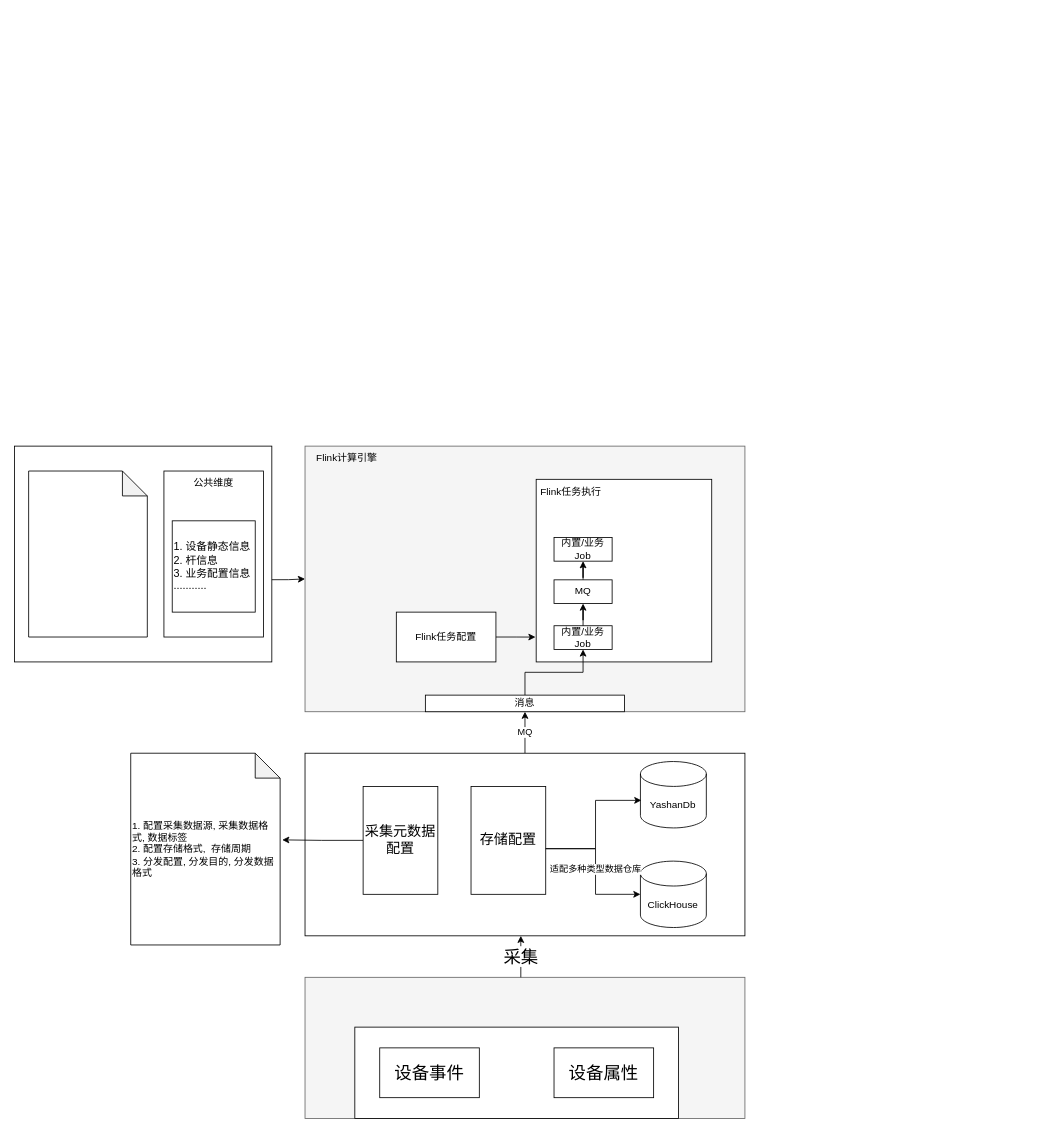
The draw.io diagram docs/java/dataCenter.drawio in chenqi146/blog, before the edit. Source tidied: cells renumbered, new cells numbered last; positions are measured from the earlier drawing's top-left corner, leaving out a move shared by most shapes. Both pictures are drawn from the tidied source at 83%, with x=0, y=0 at pixel (14, 446).
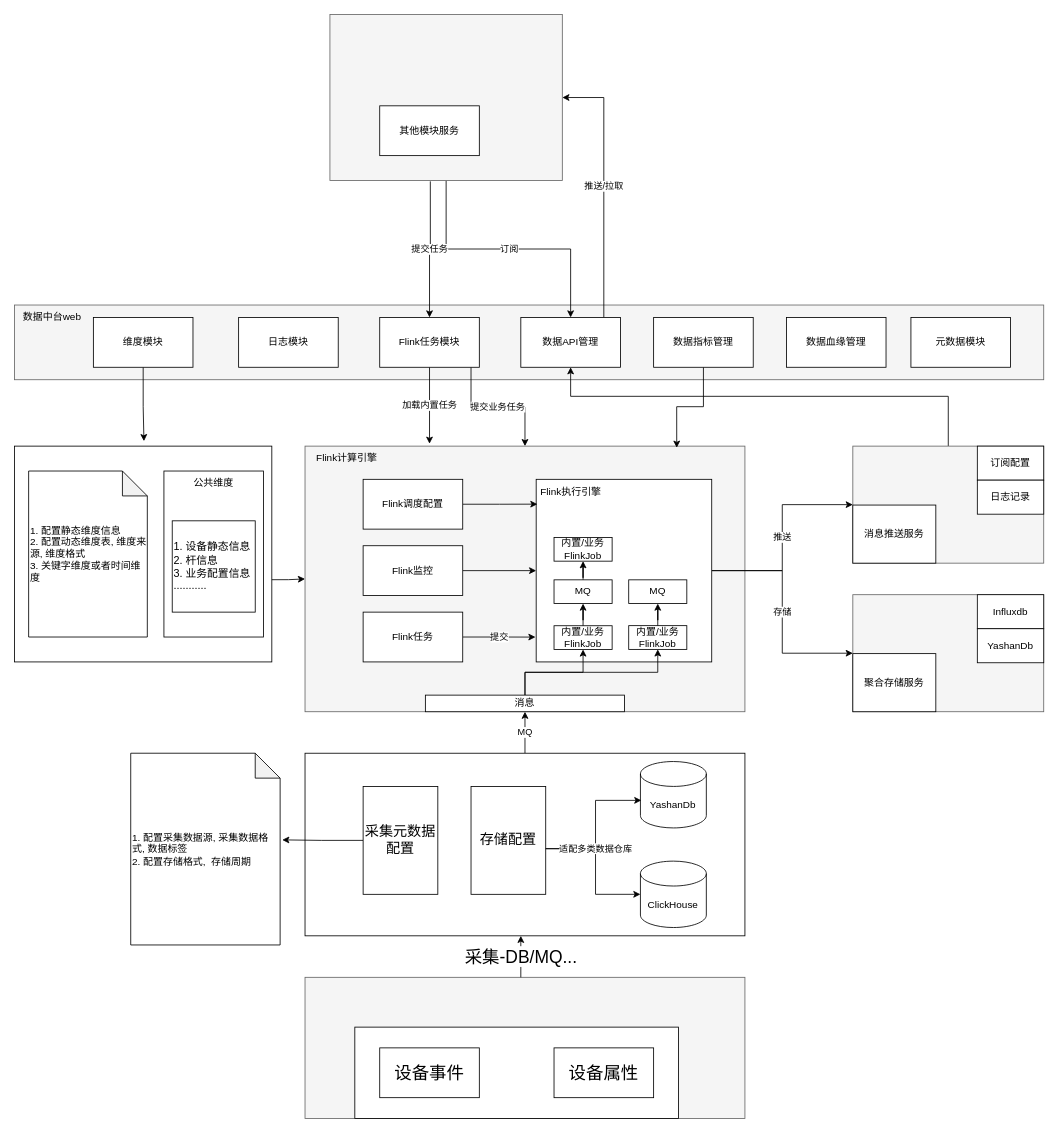
The same page after the edit.

Unchanged cells that the change refers to:
```xml
<mxCell id="2" style="rounded=0;whiteSpace=wrap;html=1;fillColor=#f5f5f5;gradientColor=none;strokeColor=#666666;fontSize=21;" parent="1" vertex="1">
  <mxGeometry x="350" width="530" height="320" as="geometry" />
</mxCell>
<mxCell id="3" style="rounded=0;whiteSpace=wrap;html=1;" parent="1" vertex="1">
  <mxGeometry x="628.5" y="40" width="211.5" height="220" as="geometry" />
</mxCell>
<mxCell id="11" style="rounded=0;whiteSpace=wrap;html=1;align=left;fontSize=14;" parent="1" vertex="1">
  <mxGeometry width="310" height="260" as="geometry" />
</mxCell>
<mxCell id="14" value="存储配置" style="whiteSpace=wrap;html=1;fontSize=17;rounded=0;" parent="1" vertex="1">
  <mxGeometry x="550" y="410" width="90" height="130" as="geometry" />
</mxCell>
<mxCell id="17" value="ClickHouse" style="shape=cylinder3;whiteSpace=wrap;html=1;boundedLbl=1;backgroundOutline=1;size=15;" parent="1" vertex="1">
  <mxGeometry x="754.1" y="500" width="79.4" height="80" as="geometry" />
</mxCell>
<mxCell id="26" value="消息" style="rounded=0;whiteSpace=wrap;html=1;" parent="1" vertex="1">
  <mxGeometry x="495" y="300" width="240" height="20" as="geometry" />
</mxCell>
<mxCell id="28" style="group;" parent="1" vertex="1">
  <mxGeometry x="650" y="110" width="70" height="135" as="geometry" />
</mxCell>
```

Change to the diagram source:
```diff
@@
+    <mxCell id="36" style="rounded=0;whiteSpace=wrap;html=1;fillColor=#f5f5f5;fontColor=#333333;strokeColor=#666666;" parent="1" vertex="1">
+      <mxGeometry y="-170" width="1240" height="90" as="geometry" />
+    </mxCell>
+    <mxCell id="37" value="订阅" style="edgeStyle=orthogonalEdgeStyle;rounded=0;jettySize=auto;html=1;entryX=0.5;entryY=0;entryDx=0;entryDy=0;" parent="1" edge="1" source="38" target="72">
+      <mxGeometry relative="1" as="geometry" />
+    </mxCell>
+    <mxCell id="38" style="rounded=0;whiteSpace=wrap;html=1;fillColor=#f5f5f5;fontColor=#333333;strokeColor=#666666;" parent="1" vertex="1">
+      <mxGeometry x="380" y="-520" width="280" height="200" as="geometry" />
+    </mxCell>
+    <mxCell id="39" style="edgeStyle=orthogonalEdgeStyle;rounded=0;jettySize=auto;html=1;" parent="1" edge="1" source="40" target="72">
+      <mxGeometry relative="1" as="geometry">
+        <Array as="points">
+          <mxPoint x="1125" y="-60" />
+          <mxPoint x="670" y="-60" />
+        </Array>
+      </mxGeometry>
+    </mxCell>
+    <mxCell id="40" style="rounded=0;whiteSpace=wrap;html=1;fillColor=#f5f5f5;fontColor=#333333;strokeColor=#666666;" parent="1" vertex="1">
+      <mxGeometry x="1010" width="230" height="141" as="geometry" />
+    </mxCell>
+    <mxCell id="41" style="rounded=0;whiteSpace=wrap;html=1;fillColor=#f5f5f5;fontColor=#333333;strokeColor=#666666;" parent="1" vertex="1">
+      <mxGeometry x="1010" y="179" width="230" height="141" as="geometry" />
+    </mxCell>
@@
+    <mxCell id="42" value="推送" style="edgeStyle=orthogonalEdgeStyle;rounded=0;jettySize=auto;html=1;" parent="1" edge="1" source="3" target="40">
+      <mxGeometry relative="1" as="geometry" />
+    </mxCell>
+    <mxCell id="43" value="存储" style="edgeStyle=orthogonalEdgeStyle;rounded=0;jettySize=auto;html=1;entryX=0;entryY=0.5;entryDx=0;entryDy=0;" parent="1" edge="1" source="3" target="41">
+      <mxGeometry relative="1" as="geometry" />
+    </mxCell>
@@
-    <mxCell id="5" value="采集" style="edgeStyle=orthogonalEdgeStyle;rounded=0;orthogonalLoop=1;jettySize=auto;html=1;entryX=0.5;entryY=1;entryDx=0;entryDy=0;fontSize=21;" parent="1" edge="1">
+    <mxCell id="5" value="采集-DB/MQ..." style="edgeStyle=orthogonalEdgeStyle;rounded=0;orthogonalLoop=1;jettySize=auto;html=1;entryX=0.5;entryY=1;entryDx=0;entryDy=0;fontSize=21;" parent="1" edge="1">
       <mxGeometry relative="1" as="geometry">
         <mxPoint x="610" y="640" as="sourcePoint" />
         <mxPoint x="610" y="590" as="targetPoint" />
       </mxGeometry>
     </mxCell>
@@
-    <mxCell id="18" value="适配多种类型数据仓库" style="edgeStyle=orthogonalEdgeStyle;rounded=0;jettySize=auto;html=1;entryX=0;entryY=0.5;entryDx=0;entryDy=0;entryPerimeter=0;" parent="1" edge="1" source="14" target="17">
-      <mxGeometry relative="1" as="geometry">
+    <mxCell id="18" value="适配多类数据仓库" style="edgeStyle=orthogonalEdgeStyle;rounded=0;jettySize=auto;html=1;entryX=0;entryY=0.5;entryDx=0;entryDy=0;entryPerimeter=0;" parent="1" edge="1" source="14" target="17">
+      <mxGeometry x="-0.29" relative="1" as="geometry">
         <Array as="points">
           <mxPoint x="700" y="485" />
           <mxPoint x="700" y="540" />
         </Array>
       </mxGeometry>
     </mxCell>
@@
-    <mxCell id="21" value="1. 配置采集数据源, 采集数据格式, 数据标签&lt;br&gt;2. 配置存储格式,&amp;nbsp; 存储周期&lt;br&gt;3. 分发配置, 分发目的, 分发数据格式" style="shape=note;whiteSpace=wrap;html=1;backgroundOutline=1;darkOpacity=0.05;align=left;" parent="1" vertex="1">
+    <mxCell id="21" value="1. 配置采集数据源, 采集数据格式, 数据标签&lt;br&gt;2. 配置存储格式,&amp;nbsp; 存储周期&lt;br&gt;" style="shape=note;whiteSpace=wrap;html=1;backgroundOutline=1;darkOpacity=0.05;align=left;" parent="1" vertex="1">
       <mxGeometry x="140" y="370" width="180" height="231" as="geometry" />
     </mxCell>
@@
-    <mxCell id="24" style="shape=note;whiteSpace=wrap;html=1;backgroundOutline=1;darkOpacity=0.05;" parent="1" vertex="1">
+    <mxCell id="24" value="1. 配置静态维度信息&lt;br&gt;2. 配置动态维度表, 维度来源, 维度格式&lt;br&gt;3. 关键字维度或者时间维度" style="shape=note;whiteSpace=wrap;html=1;backgroundOutline=1;darkOpacity=0.05;align=left;" parent="1" vertex="1">
       <mxGeometry x="17" y="30" width="143" height="200" as="geometry" />
     </mxCell>
@@
+    <mxCell id="44" style="edgeStyle=orthogonalEdgeStyle;rounded=0;jettySize=auto;html=1;exitX=0.5;exitY=0;exitDx=0;exitDy=0;" parent="1" edge="1" source="26" target="56">
+      <mxGeometry relative="1" as="geometry" />
+    </mxCell>
@@
-    <mxCell id="27" value="Flink任务执行" style="text;html=1;align=center;verticalAlign=middle;strokeColor=none;fillColor=none;" parent="1" vertex="1">
+    <mxCell id="27" value="Flink执行引擎" style="text;html=1;align=center;verticalAlign=middle;strokeColor=none;fillColor=none;" parent="1" vertex="1">
       <mxGeometry x="620" y="40" width="100" height="30" as="geometry" />
     </mxCell>
+    <mxCell id="34" value="提交" style="edgeStyle=orthogonalEdgeStyle;rounded=0;jettySize=auto;html=1;entryX=-0.004;entryY=0.864;entryDx=0;entryDy=0;entryPerimeter=0;" parent="1" edge="1" source="35" target="3">
+      <mxGeometry relative="1" as="geometry" />
+    </mxCell>
+    <mxCell id="35" value="Flink任务" style="rounded=0;whiteSpace=wrap;html=1;" parent="1" vertex="1">
+      <mxGeometry x="420" y="200" width="120" height="60" as="geometry" />
+    </mxCell>
+    <mxCell id="45" value="聚合存储服务" style="rounded=0;whiteSpace=wrap;html=1;" parent="1" vertex="1">
+      <mxGeometry x="1010" y="250" width="100" height="70" as="geometry" />
+    </mxCell>
+    <mxCell id="46" value="Influxdb" style="rounded=0;whiteSpace=wrap;html=1;" parent="1" vertex="1">
+      <mxGeometry x="1160" y="179" width="80" height="41" as="geometry" />
+    </mxCell>
+    <mxCell id="47" value="YashanDb" style="rounded=0;whiteSpace=wrap;html=1;" parent="1" vertex="1">
+      <mxGeometry x="1160" y="220" width="80" height="41" as="geometry" />
+    </mxCell>
+    <mxCell id="48" value="消息推送服务" style="rounded=0;whiteSpace=wrap;html=1;" parent="1" vertex="1">
+      <mxGeometry x="1010" y="71" width="100" height="70" as="geometry" />
+    </mxCell>
+    <mxCell id="49" value="订阅配置" style="rounded=0;whiteSpace=wrap;html=1;" parent="1" vertex="1">
+      <mxGeometry x="1160" width="80" height="41" as="geometry" />
+    </mxCell>
+    <mxCell id="50" value="日志记录" style="rounded=0;whiteSpace=wrap;html=1;" parent="1" vertex="1">
+      <mxGeometry x="1160" y="41" width="80" height="41" as="geometry" />
+    </mxCell>
@@
-    <mxCell id="29" value="内置/业务Job" style="rounded=0;whiteSpace=wrap;html=1;" parent="28" vertex="1">
+    <mxCell id="29" value="内置/业务FlinkJob" style="rounded=0;whiteSpace=wrap;html=1;" parent="28" vertex="1">
       <mxGeometry y="106.4" width="70" height="28.6" as="geometry" />
     </mxCell>
-    <mxCell id="30" value="内置/业务Job" style="rounded=0;whiteSpace=wrap;html=1;" parent="28" vertex="1">
+    <mxCell id="30" value="内置/业务FlinkJob" style="rounded=0;whiteSpace=wrap;html=1;" parent="28" vertex="1">
       <mxGeometry width="70" height="28.6" as="geometry" />
     </mxCell>
@@
-    <mxCell id="34" style="edgeStyle=orthogonalEdgeStyle;rounded=0;jettySize=auto;html=1;entryX=-0.004;entryY=0.864;entryDx=0;entryDy=0;entryPerimeter=0;" parent="1" edge="1" source="35" target="3">
-      <mxGeometry relative="1" as="geometry" />
-    </mxCell>
-    <mxCell id="35" value="Flink任务配置" style="rounded=0;whiteSpace=wrap;html=1;" parent="1" vertex="1">
-      <mxGeometry x="460" y="200" width="120" height="60" as="geometry" />
-    </mxCell>
+    <mxCell id="51" style="edgeStyle=orthogonalEdgeStyle;rounded=0;jettySize=auto;html=1;entryX=0;entryY=0.5;entryDx=0;entryDy=0;" parent="1" edge="1" source="52" target="3">
+      <mxGeometry relative="1" as="geometry" />
+    </mxCell>
+    <mxCell id="52" value="Flink监控" style="rounded=0;whiteSpace=wrap;html=1;" parent="1" vertex="1">
+      <mxGeometry x="420" y="120" width="120" height="60" as="geometry" />
+    </mxCell>
+    <mxCell id="53" style="edgeStyle=orthogonalEdgeStyle;rounded=0;jettySize=auto;html=1;entryX=0.007;entryY=0.136;entryDx=0;entryDy=0;entryPerimeter=0;" parent="1" edge="1" source="54" target="3">
+      <mxGeometry relative="1" as="geometry" />
+    </mxCell>
+    <mxCell id="54" value="Flink调度配置" style="rounded=0;whiteSpace=wrap;html=1;" parent="1" vertex="1">
+      <mxGeometry x="420" y="40" width="120" height="60" as="geometry" />
+    </mxCell>
+    <mxCell id="55" style="group;" parent="1" vertex="1">
+      <mxGeometry x="740" y="161.1" width="70" height="83.9" as="geometry" />
+    </mxCell>
+    <mxCell id="56" value="内置/业务FlinkJob" style="rounded=0;whiteSpace=wrap;html=1;" parent="55" vertex="1">
+      <mxGeometry y="55.2" width="70" height="28.6" as="geometry" />
+    </mxCell>
+    <mxCell id="57" value="MQ" style="rounded=0;whiteSpace=wrap;html=1;" parent="55" vertex="1">
+      <mxGeometry width="70" height="28.6" as="geometry" />
+    </mxCell>
+    <mxCell id="58" style="edgeStyle=orthogonalEdgeStyle;rounded=0;jettySize=auto;html=1;entryX=0.5;entryY=1;entryDx=0;entryDy=0;" parent="55" edge="1" source="56" target="57">
+      <mxGeometry relative="1" as="geometry" />
+    </mxCell>
+    <mxCell id="59" value="加载内置任务" style="edgeStyle=orthogonalEdgeStyle;rounded=0;jettySize=auto;html=1;entryX=0.283;entryY=-0.009;entryDx=0;entryDy=0;entryPerimeter=0;" parent="1" edge="1" source="67" target="2">
+      <mxGeometry relative="1" as="geometry" />
+    </mxCell>
+    <mxCell id="60" value="提交任务" style="edgeStyle=orthogonalEdgeStyle;rounded=0;jettySize=auto;html=1;entryX=0.5;entryY=0;entryDx=0;entryDy=0;exitX=0.432;exitY=1.005;exitDx=0;exitDy=0;exitPerimeter=0;" parent="1" edge="1" source="38" target="67">
+      <mxGeometry relative="1" as="geometry" />
+    </mxCell>
+    <mxCell id="61" value="其他模块服务" style="rounded=0;whiteSpace=wrap;html=1;" parent="1" vertex="1">
+      <mxGeometry x="440" y="-410" width="120" height="60" as="geometry" />
+    </mxCell>
+    <mxCell id="62" value="数据中台web" style="text;html=1;align=center;verticalAlign=middle;strokeColor=none;fillColor=none;" parent="1" vertex="1">
+      <mxGeometry y="-170" width="90" height="30" as="geometry" />
+    </mxCell>
+    <mxCell id="63" style="edgeStyle=orthogonalEdgeStyle;rounded=0;jettySize=auto;html=1;entryX=0.503;entryY=-0.023;entryDx=0;entryDy=0;entryPerimeter=0;" parent="1" edge="1" source="64" target="11">
+      <mxGeometry relative="1" as="geometry" />
+    </mxCell>
+    <mxCell id="64" value="维度模块" style="rounded=0;whiteSpace=wrap;html=1;" parent="1" vertex="1">
+      <mxGeometry x="95" y="-155" width="120" height="60" as="geometry" />
+    </mxCell>
+    <mxCell id="65" value="日志模块" style="rounded=0;whiteSpace=wrap;html=1;" parent="1" vertex="1">
+      <mxGeometry x="270" y="-155" width="120" height="60" as="geometry" />
+    </mxCell>
+    <mxCell id="66" value="提交业务任务" style="edgeStyle=orthogonalEdgeStyle;rounded=0;jettySize=auto;html=1;" parent="1" edge="1" source="67" target="2">
+      <mxGeometry relative="1" as="geometry">
+        <Array as="points">
+          <mxPoint x="550" y="-47" />
+          <mxPoint x="615" y="-47" />
+        </Array>
+      </mxGeometry>
+    </mxCell>
+    <mxCell id="67" value="Flink任务模块" style="rounded=0;whiteSpace=wrap;html=1;" parent="1" vertex="1">
+      <mxGeometry x="440" y="-155" width="120" height="60" as="geometry" />
+    </mxCell>
+    <mxCell id="68" style="edgeStyle=orthogonalEdgeStyle;rounded=0;jettySize=auto;html=1;entryX=0.845;entryY=0.006;entryDx=0;entryDy=0;entryPerimeter=0;" parent="1" edge="1" source="69" target="2">
+      <mxGeometry relative="1" as="geometry" />
+    </mxCell>
+    <mxCell id="69" value="数据指标管理" style="rounded=0;whiteSpace=wrap;html=1;" parent="1" vertex="1">
+      <mxGeometry x="770" y="-155" width="120" height="60" as="geometry" />
+    </mxCell>
+    <mxCell id="70" value="元数据模块" style="rounded=0;whiteSpace=wrap;html=1;" parent="1" vertex="1">
+      <mxGeometry x="1080" y="-155" width="120" height="60" as="geometry" />
+    </mxCell>
+    <mxCell id="71" value="推送/拉取" style="edgeStyle=orthogonalEdgeStyle;rounded=0;jettySize=auto;html=1;entryX=1;entryY=0.5;entryDx=0;entryDy=0;" parent="1" edge="1" source="72" target="38">
+      <mxGeometry relative="1" as="geometry">
+        <Array as="points">
+          <mxPoint x="710" y="-420" />
+        </Array>
+      </mxGeometry>
+    </mxCell>
+    <mxCell id="72" value="数据API管理" style="rounded=0;whiteSpace=wrap;html=1;" parent="1" vertex="1">
+      <mxGeometry x="610" y="-155" width="120" height="60" as="geometry" />
+    </mxCell>
+    <mxCell id="73" value="数据血缘管理" style="rounded=0;whiteSpace=wrap;html=1;" parent="1" vertex="1">
+      <mxGeometry x="930" y="-155" width="120" height="60" as="geometry" />
+    </mxCell>
```
